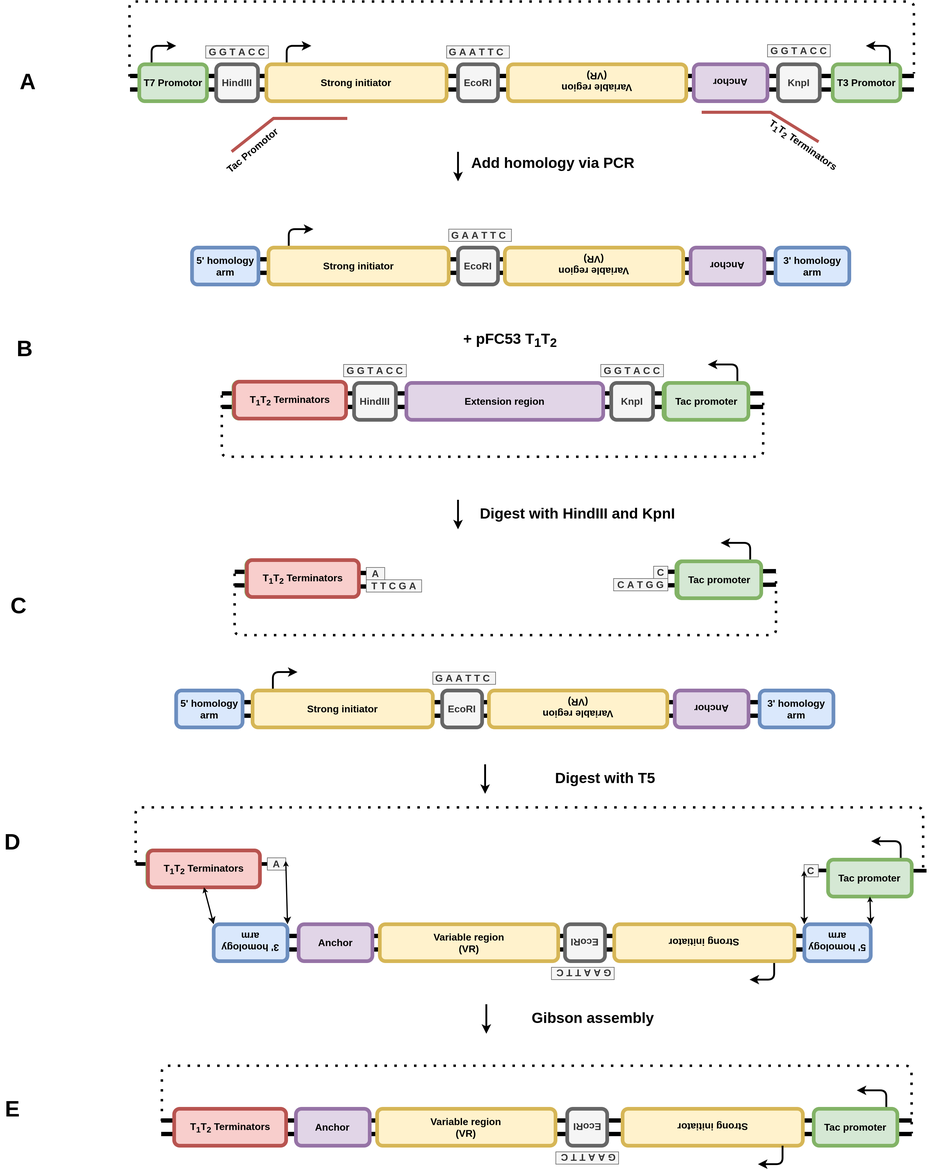
This is images/cloning_diagrams/construct_diagrams-Tac-termination-series.png from EthanHolleman/VR-cloning-protocol, a draw.io export, as it was before one commit. Source tidied: cells renumbered, new cells last; positions are measured from the earlier drawing's top-left corner, leaving out a move shared by most shapes.
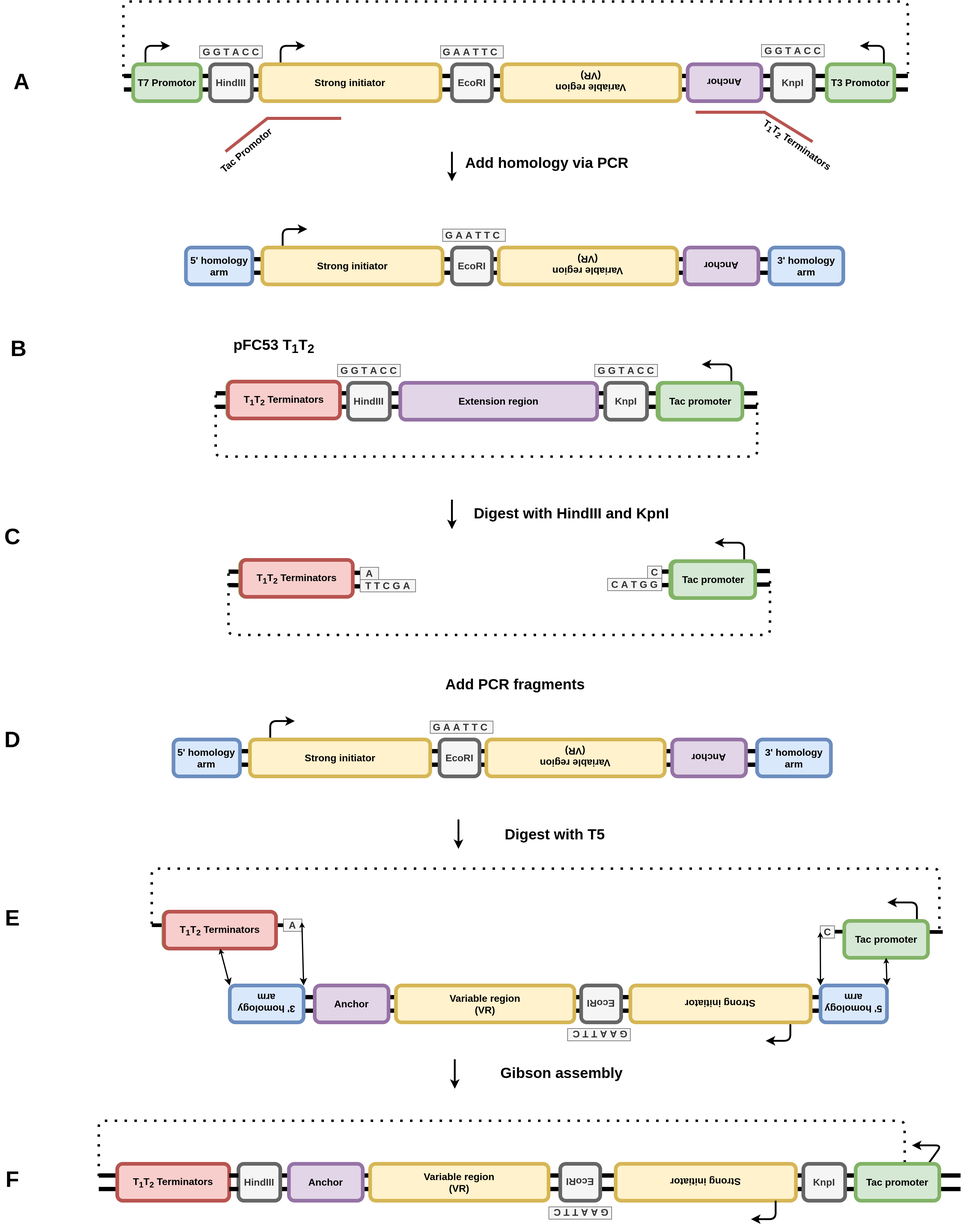
Above is the later version.

Diff of the diagram source:
```diff
@@ -4,6 +4,11 @@
     <mxCell id="1" parent="0" />
+    <mxCell id="118" style="shape=link;html=1;fontSize=16;strokeWidth=7;endArrow=none;fontStyle=1;width=16;" parent="1" edge="1">
+      <mxGeometry relative="1" as="geometry">
+        <mxPoint x="260" y="1920" as="sourcePoint" />
+        <mxPoint x="170" y="1920" as="targetPoint" />
+      </mxGeometry>
+    </mxCell>
-    <mxCell id="2" style="shape=link;html=1;fontSize=16;strokeWidth=7;endArrow=none;fontStyle=1;width=16;" parent="1" edge="1">
+    <mxCell id="2" style="shape=link;html=1;fontSize=16;strokeWidth=7;endArrow=none;fontStyle=1;width=16;startArrow=none;" parent="1" edge="1" source="119">
       <mxGeometry relative="1" as="geometry">
-        <mxPoint x="261.5" y="1830" as="sourcePoint" />
-        <mxPoint x="1481.5" y="1830" as="targetPoint" />
+        <mxPoint x="1570.5" y="1920" as="targetPoint" />
       </mxGeometry>
@@ -167,4 +172,4 @@
     </mxCell>
-    <mxCell id="37" value="&lt;font style=&quot;font-size: 24px&quot;&gt;+ pFC53 T&lt;sub&gt;1&lt;/sub&gt;T&lt;sub&gt;2&lt;/sub&gt;&lt;/font&gt;" style="text;html=1;strokeColor=none;fillColor=none;align=center;verticalAlign=middle;whiteSpace=wrap;rounded=0;fontSize=16;fontStyle=1;" parent="1" vertex="1">
-      <mxGeometry x="740" y="540" width="178" height="20" as="geometry" />
+    <mxCell id="37" value="&lt;font style=&quot;font-size: 24px&quot;&gt;pFC53 T&lt;sub&gt;1&lt;/sub&gt;T&lt;sub&gt;2&lt;/sub&gt;&lt;/font&gt;" style="text;html=1;strokeColor=none;fillColor=none;align=center;verticalAlign=middle;whiteSpace=wrap;rounded=0;fontSize=16;fontStyle=1;" parent="1" vertex="1">
+      <mxGeometry x="365.8" y="550" width="178" height="20" as="geometry" />
     </mxCell>
@@ -277,44 +282,5 @@
     </mxCell>
-    <mxCell id="63" style="shape=link;html=1;fontSize=16;strokeWidth=7;endArrow=none;fontStyle=1;width=16;" parent="1" edge="1">
-      <mxGeometry relative="1" as="geometry">
-        <mxPoint x="394.2" y="1150" as="sourcePoint" />
-        <mxPoint x="1244.2" y="1150" as="targetPoint" />
-      </mxGeometry>
-    </mxCell>
-    <mxCell id="64" style="endArrow=classic;html=1;strokeWidth=3;fontSize=16;fontStyle=1;" parent="1" edge="1">
-      <mxGeometry relative="1" as="geometry">
-        <mxPoint x="443" y="1120" as="sourcePoint" />
-        <mxPoint x="483" y="1090" as="targetPoint" />
-        <Array as="points">
-          <mxPoint x="443" y="1090" />
-        </Array>
-      </mxGeometry>
-    </mxCell>
-    <mxCell id="65" value="&lt;div style=&quot;font-size: 16px&quot;&gt;Strong initiator&lt;/div&gt;" style="rounded=1;whiteSpace=wrap;html=1;fillColor=#fff2cc;strokeColor=#d6b656;fontStyle=1;fontSize=16;strokeWidth=6;" parent="1" vertex="1">
-      <mxGeometry x="410" y="1120" width="293" height="60" as="geometry" />
-    </mxCell>
-    <mxCell id="66" style="group;rotation=-180;" parent="1" vertex="1">
-      <mxGeometry x="794.2" y="1120" width="470.6" height="60" as="geometry" />
-    </mxCell>
-    <mxCell id="67" value="Anchor" style="rounded=1;whiteSpace=wrap;html=1;fillColor=#e1d5e7;strokeColor=#9673a6;fontStyle=1;fontSize=16;strokeWidth=6;rotation=-180;" parent="66" vertex="1">
-      <mxGeometry x="302" width="120" height="60" as="geometry" />
-    </mxCell>
-    <mxCell id="68" value="&lt;div style=&quot;font-size: 16px;&quot;&gt;&lt;span style=&quot;font-size: 16px;&quot;&gt;Variable region&lt;/span&gt;&lt;/div&gt;&lt;div style=&quot;font-size: 16px;&quot;&gt;&lt;span style=&quot;font-size: 16px;&quot;&gt;(VR)&lt;br style=&quot;font-size: 16px;&quot;&gt;&lt;/span&gt;&lt;/div&gt;" style="rounded=1;whiteSpace=wrap;html=1;fillColor=#fff2cc;strokeColor=#d6b656;fontStyle=1;fontSize=16;strokeWidth=6;rotation=-180;" parent="66" vertex="1">
-      <mxGeometry width="290" height="60" as="geometry" />
-    </mxCell>
-    <mxCell id="69" value="5' homology arm" style="rounded=1;whiteSpace=wrap;html=1;fillColor=#dae8fc;strokeColor=#6c8ebf;fontStyle=1;fontSize=16;strokeWidth=6;" parent="66" vertex="1">
-      <mxGeometry x="-508.4" width="108" height="60" as="geometry" />
-    </mxCell>
-    <mxCell id="70" value="3' homology arm" style="rounded=1;whiteSpace=wrap;html=1;fillColor=#dae8fc;strokeColor=#6c8ebf;fontStyle=1;fontSize=16;strokeWidth=6;" parent="66" vertex="1">
-      <mxGeometry x="440" width="120" height="60" as="geometry" />
-    </mxCell>
-    <mxCell id="71" value="EcoRI" style="rounded=1;whiteSpace=wrap;html=1;fillColor=#f5f5f5;strokeColor=#666666;fontStyle=1;fontSize=16;fontColor=#333333;strokeWidth=6;" parent="1" vertex="1">
-      <mxGeometry x="718.1" y="1120" width="65" height="60" as="geometry" />
-    </mxCell>
-    <mxCell id="72" value="&lt;b&gt;&lt;font style=&quot;font-size: 16px&quot;&gt;G A A T T C&amp;nbsp;&lt;/font&gt;&lt;/b&gt;" style="text;html=1;strokeColor=#666666;fillColor=#f5f5f5;align=center;verticalAlign=middle;whiteSpace=wrap;rounded=0;fontColor=#333333;" parent="1" vertex="1">
-      <mxGeometry x="703" y="1090" width="102" height="20" as="geometry" />
-    </mxCell>
     <mxCell id="73" style="endArrow=none;html=1;fontSize=24;endSize=3;strokeWidth=6;entryX=0;entryY=0.5;entryDx=0;entryDy=0;" parent="1" edge="1" target="79">
       <mxGeometry relative="1" as="geometry">
-        <mxPoint x="220" y="1402" as="sourcePoint" />
+        <mxPoint x="256.1" y="1502" as="sourcePoint" />
       </mxGeometry>
@@ -323,4 +289,4 @@
       <mxGeometry relative="1" as="geometry">
-        <mxPoint x="788" y="1240" as="sourcePoint" />
-        <mxPoint x="788" y="1288" as="targetPoint" />
+        <mxPoint x="754.6" y="1330" as="sourcePoint" />
+        <mxPoint x="754.6" y="1378" as="targetPoint" />
       </mxGeometry>
@@ -328,9 +294,9 @@
     <mxCell id="75" value="Digest with T5" style="text;html=1;strokeColor=none;fillColor=none;align=center;verticalAlign=middle;whiteSpace=wrap;rounded=0;fontSize=24;fontStyle=1;" parent="1" vertex="1">
-      <mxGeometry x="809.5" y="1252" width="346.8" height="20" as="geometry" />
+      <mxGeometry x="738.3" y="1344" width="346.8" height="20" as="geometry" />
     </mxCell>
     <mxCell id="76" value="T7 Promotor" style="rounded=1;whiteSpace=wrap;html=1;strokeWidth=6;rotation=0;fillColor=#d5e8d4;strokeColor=#82b366;fontStyle=1;fontSize=16;" parent="1" vertex="1">
-      <mxGeometry x="239" y="1380" width="110" height="60" as="geometry" />
+      <mxGeometry x="275.1" y="1480" width="110" height="60" as="geometry" />
     </mxCell>
     <mxCell id="77" value="T&lt;sub&gt;1&lt;/sub&gt;T&lt;sub&gt;2&lt;/sub&gt; Terminators" style="rounded=1;whiteSpace=wrap;html=1;strokeWidth=6;rotation=0;fillColor=#f8cecc;strokeColor=#b85450;fontStyle=1;fontSize=16;" parent="1" vertex="1">
-      <mxGeometry x="240" y="1380" width="182" height="60" as="geometry" />
+      <mxGeometry x="276.1" y="1480" width="182" height="60" as="geometry" />
     </mxCell>
@@ -338,7 +304,7 @@
       <mxGeometry relative="1" as="geometry">
-        <mxPoint x="220" y="1400" as="sourcePoint" />
-        <mxPoint x="1500" y="1410" as="targetPoint" />
+        <mxPoint x="256.1" y="1500" as="sourcePoint" />
+        <mxPoint x="1536.1" y="1510" as="targetPoint" />
         <Array as="points">
-          <mxPoint x="220" y="1310" />
-          <mxPoint x="1500" y="1310" />
+          <mxPoint x="256.1" y="1410" />
+          <mxPoint x="1536.1" y="1410" />
         </Array>
@@ -347,6 +313,6 @@
     <mxCell id="79" value="&lt;span style=&quot;font-size: 16px&quot;&gt;&lt;b&gt;A&lt;/b&gt;&lt;/span&gt;" style="text;html=1;strokeColor=#666666;fillColor=#f5f5f5;align=center;verticalAlign=middle;whiteSpace=wrap;rounded=0;fontColor=#333333;" parent="1" vertex="1">
-      <mxGeometry x="434" y="1392" width="30" height="20" as="geometry" />
+      <mxGeometry x="470.1" y="1492" width="30" height="20" as="geometry" />
     </mxCell>
     <mxCell id="80" style="group;rotation=-180;" parent="1" vertex="1">
-      <mxGeometry x="435.8" y="1500" width="870.6" height="90" as="geometry" />
+      <mxGeometry x="471.9" y="1600" width="870.6" height="90" as="geometry" />
     </mxCell>
@@ -393,4 +359,4 @@
       <mxGeometry relative="1" as="geometry">
-        <mxPoint x="1329.7" y="1412.5" as="sourcePoint" />
-        <mxPoint x="1505.5" y="1413" as="targetPoint" />
+        <mxPoint x="1365.8" y="1512.5" as="sourcePoint" />
+        <mxPoint x="1541.5" y="1513" as="targetPoint" />
       </mxGeometry>
@@ -399,5 +365,5 @@
       <mxGeometry relative="1" as="geometry">
-        <mxPoint x="1415.5" y="1365" as="targetPoint" />
+        <mxPoint x="1451.5" y="1465" as="targetPoint" />
         <Array as="points">
-          <mxPoint x="1463.5" y="1365" />
+          <mxPoint x="1499.5" y="1465" />
         </Array>
@@ -406,6 +372,6 @@
     <mxCell id="93" value="Tac promoter" style="rounded=1;whiteSpace=wrap;html=1;strokeWidth=6;rotation=0;fillColor=#d5e8d4;strokeColor=#82b366;fontStyle=1;fontSize=16;" parent="1" vertex="1">
-      <mxGeometry x="1345.5" y="1395" width="136" height="60" as="geometry" />
+      <mxGeometry x="1381.5" y="1495" width="136" height="60" as="geometry" />
     </mxCell>
     <mxCell id="94" value="&lt;span style=&quot;font-size: 16px&quot;&gt;&lt;b&gt;C&lt;/b&gt;&lt;/span&gt;" style="text;html=1;strokeColor=#666666;fillColor=#f5f5f5;align=center;verticalAlign=middle;whiteSpace=wrap;rounded=0;fontColor=#333333;" parent="1" vertex="1">
-      <mxGeometry x="1306.5" y="1403" width="23.2" height="20" as="geometry" />
+      <mxGeometry x="1342.5" y="1503" width="23.2" height="20" as="geometry" />
     </mxCell>
@@ -423,12 +389,9 @@
     </mxCell>
-    <mxCell id="99" value="T&lt;sub&gt;1&lt;/sub&gt;T&lt;sub&gt;2&lt;/sub&gt; Terminators" style="rounded=1;whiteSpace=wrap;html=1;strokeWidth=6;rotation=0;fillColor=#f8cecc;strokeColor=#b85450;fontStyle=1;fontSize=16;" parent="1" vertex="1">
-      <mxGeometry x="282.6" y="1800" width="182" height="60" as="geometry" />
-    </mxCell>
     <mxCell id="100" style="endArrow=none;dashed=1;html=1;dashPattern=1 3;strokeWidth=4;" parent="1" edge="1">
       <mxGeometry relative="1" as="geometry">
-        <mxPoint x="262.6" y="1820" as="sourcePoint" />
-        <mxPoint x="1481.5" y="1840" as="targetPoint" />
+        <mxPoint x="170" y="1910" as="sourcePoint" />
+        <mxPoint x="1480" y="1930" as="targetPoint" />
         <Array as="points">
-          <mxPoint x="262.6" y="1730" />
-          <mxPoint x="1481" y="1730" />
+          <mxPoint x="170" y="1820" />
+          <mxPoint x="1479.5" y="1820" />
         </Array>
@@ -438,4 +401,4 @@
       <mxGeometry relative="1" as="geometry">
-        <mxPoint x="790" y="1630" as="sourcePoint" />
-        <mxPoint x="790" y="1678" as="targetPoint" />
+        <mxPoint x="748.5" y="1720" as="sourcePoint" />
+        <mxPoint x="748.5" y="1768" as="targetPoint" />
       </mxGeometry>
@@ -443,6 +406,6 @@
     <mxCell id="102" value="Gibson assembly" style="text;html=1;strokeColor=none;fillColor=none;align=center;verticalAlign=middle;whiteSpace=wrap;rounded=0;fontSize=24;fontStyle=1;" parent="1" vertex="1">
-      <mxGeometry x="790" y="1642" width="346.8" height="20" as="geometry" />
+      <mxGeometry x="748.5" y="1732" width="346.8" height="20" as="geometry" />
     </mxCell>
     <mxCell id="103" style="group;rotation=-180;" parent="1" vertex="1">
-      <mxGeometry x="511.5" y="1780" width="870.6" height="90" as="geometry" />
+      <mxGeometry x="510" y="1870" width="873" height="90" as="geometry" />
     </mxCell>
@@ -460,2 +423,5 @@
     </mxCell>
+    <mxCell id="119" value="HindIII" style="rounded=1;whiteSpace=wrap;html=1;fontSize=16;strokeWidth=6;fillColor=#f5f5f5;strokeColor=#666666;fontColor=#333333;fontStyle=1;" parent="105" vertex="1">
+      <mxGeometry x="-33" width="68" height="60" as="geometry" />
+    </mxCell>
     <mxCell id="108" value="&lt;div style=&quot;font-size: 16px&quot;&gt;Strong initiator&lt;/div&gt;" style="rounded=1;whiteSpace=wrap;html=1;fillColor=#fff2cc;strokeColor=#d6b656;fontStyle=1;fontSize=16;strokeWidth=6;rotation=-180;" parent="103" vertex="1">
@@ -472,4 +438,7 @@
     </mxCell>
+    <mxCell id="120" value="KnpI" style="rounded=1;whiteSpace=wrap;html=1;fontSize=16;strokeWidth=6;fillColor=#f5f5f5;strokeColor=#666666;fontColor=#333333;fontStyle=1;" parent="103" vertex="1">
+      <mxGeometry x="805" y="20" width="68" height="60" as="geometry" />
+    </mxCell>
     <mxCell id="110" value="&lt;b&gt;&lt;font style=&quot;font-size: 16px&quot;&gt;G A A T T C&amp;nbsp;&lt;/font&gt;&lt;/b&gt;" style="text;html=1;strokeColor=#666666;fillColor=#f5f5f5;align=center;verticalAlign=middle;whiteSpace=wrap;rounded=0;fontColor=#333333;rotation=-180;" parent="1" vertex="1">
-      <mxGeometry x="903" y="1870" width="102" height="20" as="geometry" />
+      <mxGeometry x="901.5" y="1960" width="102" height="20" as="geometry" />
     </mxCell>
@@ -477,5 +446,5 @@
       <mxGeometry relative="1" as="geometry">
-        <mxPoint x="1392.1" y="1770" as="targetPoint" />
+        <mxPoint x="1491.5" y="1860" as="targetPoint" />
         <Array as="points">
-          <mxPoint x="1440.1" y="1770" />
+          <mxPoint x="1539.5" y="1860" />
         </Array>
@@ -484,3 +453,3 @@
     <mxCell id="112" value="Tac promoter" style="rounded=1;whiteSpace=wrap;html=1;strokeWidth=6;rotation=0;fillColor=#d5e8d4;strokeColor=#82b366;fontStyle=1;fontSize=16;" parent="1" vertex="1">
-      <mxGeometry x="1322.1" y="1800" width="136" height="60" as="geometry" />
+      <mxGeometry x="1400" y="1890" width="136" height="60" as="geometry" />
     </mxCell>
@@ -493,10 +462,61 @@
     <mxCell id="115" value="&lt;b&gt;&lt;font style=&quot;font-size: 36px&quot;&gt;C&lt;/font&gt;&lt;/b&gt;" style="text;html=1;strokeColor=none;fillColor=none;align=center;verticalAlign=middle;whiteSpace=wrap;rounded=0;fontSize=24;" parent="1" vertex="1">
-      <mxGeometry x="10" y="972" width="40" height="20" as="geometry" />
+      <mxGeometry x="10" y="860" width="40" height="20" as="geometry" />
     </mxCell>
     <mxCell id="116" value="&lt;span style=&quot;font-size: 36px&quot;&gt;&lt;b&gt;E&lt;/b&gt;&lt;/span&gt;" style="text;html=1;strokeColor=none;fillColor=none;align=center;verticalAlign=middle;whiteSpace=wrap;rounded=0;fontSize=24;" parent="1" vertex="1">
-      <mxGeometry y="1790" width="40" height="20" as="geometry" />
+      <mxGeometry x="10" y="1480" width="40" height="20" as="geometry" />
     </mxCell>
     <mxCell id="117" value="&lt;b&gt;&lt;font style=&quot;font-size: 36px&quot;&gt;D&lt;/font&gt;&lt;/b&gt;" style="text;html=1;strokeColor=none;fillColor=none;align=center;verticalAlign=middle;whiteSpace=wrap;rounded=0;fontSize=24;" parent="1" vertex="1">
-      <mxGeometry y="1356" width="40" height="20" as="geometry" />
+      <mxGeometry x="10" y="1190" width="40" height="20" as="geometry" />
     </mxCell>
+    <mxCell id="121" style="shape=link;html=1;fontSize=16;strokeWidth=7;endArrow=none;fontStyle=1;width=16;" parent="1" edge="1">
+      <mxGeometry relative="1" as="geometry">
+        <mxPoint x="399.8" y="1230" as="sourcePoint" />
+        <mxPoint x="1249.8" y="1230" as="targetPoint" />
+      </mxGeometry>
+    </mxCell>
+    <mxCell id="122" style="endArrow=classic;html=1;strokeWidth=3;fontSize=16;fontStyle=1;" parent="1" edge="1">
+      <mxGeometry relative="1" as="geometry">
+        <mxPoint x="448.7" y="1200" as="sourcePoint" />
+        <mxPoint x="488.7" y="1170" as="targetPoint" />
+        <Array as="points">
+          <mxPoint x="448.7" y="1170" />
+        </Array>
+      </mxGeometry>
+    </mxCell>
+    <mxCell id="65" value="&lt;div style=&quot;font-size: 16px&quot;&gt;Strong initiator&lt;/div&gt;" style="rounded=1;whiteSpace=wrap;html=1;fillColor=#fff2cc;strokeColor=#d6b656;fontStyle=1;fontSize=16;strokeWidth=6;" parent="1" vertex="1">
+      <mxGeometry x="415.7" y="1200" width="293" height="60" as="geometry" />
+    </mxCell>
+    <mxCell id="123" style="group;rotation=-180;" parent="1" vertex="1">
+      <mxGeometry x="799.8" y="1200" width="470.6" height="60" as="geometry" />
+    </mxCell>
+    <mxCell id="67" value="Anchor" style="rounded=1;whiteSpace=wrap;html=1;fillColor=#e1d5e7;strokeColor=#9673a6;fontStyle=1;fontSize=16;strokeWidth=6;rotation=-180;" parent="123" vertex="1">
+      <mxGeometry x="302" width="120" height="60" as="geometry" />
+    </mxCell>
+    <mxCell id="68" value="&lt;div style=&quot;font-size: 16px;&quot;&gt;&lt;span style=&quot;font-size: 16px;&quot;&gt;Variable region&lt;/span&gt;&lt;/div&gt;&lt;div style=&quot;font-size: 16px;&quot;&gt;&lt;span style=&quot;font-size: 16px;&quot;&gt;(VR)&lt;br style=&quot;font-size: 16px;&quot;&gt;&lt;/span&gt;&lt;/div&gt;" style="rounded=1;whiteSpace=wrap;html=1;fillColor=#fff2cc;strokeColor=#d6b656;fontStyle=1;fontSize=16;strokeWidth=6;rotation=-180;" parent="123" vertex="1">
+      <mxGeometry width="290" height="60" as="geometry" />
+    </mxCell>
+    <mxCell id="69" value="5' homology arm" style="rounded=1;whiteSpace=wrap;html=1;fillColor=#dae8fc;strokeColor=#6c8ebf;fontStyle=1;fontSize=16;strokeWidth=6;" parent="123" vertex="1">
+      <mxGeometry x="-508.4" width="108" height="60" as="geometry" />
+    </mxCell>
+    <mxCell id="70" value="3' homology arm" style="rounded=1;whiteSpace=wrap;html=1;fillColor=#dae8fc;strokeColor=#6c8ebf;fontStyle=1;fontSize=16;strokeWidth=6;" parent="123" vertex="1">
+      <mxGeometry x="440" width="120" height="60" as="geometry" />
+    </mxCell>
+    <mxCell id="71" value="EcoRI" style="rounded=1;whiteSpace=wrap;html=1;fillColor=#f5f5f5;strokeColor=#666666;fontStyle=1;fontSize=16;fontColor=#333333;strokeWidth=6;" parent="1" vertex="1">
+      <mxGeometry x="723.8" y="1200" width="65" height="60" as="geometry" />
+    </mxCell>
+    <mxCell id="72" value="&lt;b&gt;&lt;font style=&quot;font-size: 16px&quot;&gt;G A A T T C&amp;nbsp;&lt;/font&gt;&lt;/b&gt;" style="text;html=1;strokeColor=#666666;fillColor=#f5f5f5;align=center;verticalAlign=middle;whiteSpace=wrap;rounded=0;fontColor=#333333;" parent="1" vertex="1">
+      <mxGeometry x="708.7" y="1170" width="102" height="20" as="geometry" />
+    </mxCell>
+    <mxCell id="124" value="Add PCR fragments" style="text;html=1;strokeColor=none;fillColor=none;align=center;verticalAlign=middle;whiteSpace=wrap;rounded=0;fontSize=24;fontStyle=1;" parent="1" vertex="1">
+      <mxGeometry x="643" y="1100" width="407.5" height="20" as="geometry" />
+    </mxCell>
+    <mxCell id="99" value="T&lt;sub&gt;1&lt;/sub&gt;T&lt;sub&gt;2&lt;/sub&gt; Terminators" style="rounded=1;whiteSpace=wrap;html=1;strokeWidth=6;rotation=0;fillColor=#f8cecc;strokeColor=#b85450;fontStyle=1;fontSize=16;" parent="1" vertex="1">
+      <mxGeometry x="200" y="1890" width="182" height="60" as="geometry" />
+    </mxCell>
+    <mxCell id="125" style="shape=link;html=1;fontSize=16;strokeWidth=7;endArrow=none;fontStyle=1;width=16;startArrow=none;" parent="1" edge="1" source="99" target="119">
+      <mxGeometry relative="1" as="geometry" />
+    </mxCell>
+    <mxCell id="126" value="&lt;span style=&quot;font-size: 36px&quot;&gt;&lt;b&gt;F&lt;/b&gt;&lt;/span&gt;" style="text;html=1;strokeColor=none;fillColor=none;align=center;verticalAlign=middle;whiteSpace=wrap;rounded=0;fontSize=24;" parent="1" vertex="1">
+      <mxGeometry x="10" y="1905" width="40" height="20" as="geometry" />
+    </mxCell>
   </root>
```
